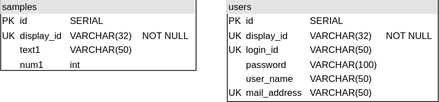
Before: docs/er/er.drawio.svg, a diagram exported from draw.io (ngnmsn/spring-boot-template). Source tidied: cells renumbered, new cells last; positions are measured from the earlier drawing's top-left corner, leaving out a move shared by most shapes.
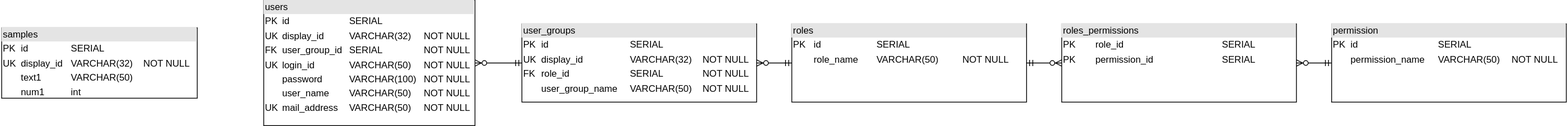
After the commit.

Diff of the diagram source:
```diff
@@ -5,8 +5,32 @@
     <mxCell id="2" value="&lt;div style=&quot;box-sizing:border-box;width:100%;background:#e4e4e4;padding:2px;&quot;&gt;samples&lt;/div&gt;&lt;table style=&quot;width:100%;font-size:1em;&quot; cellpadding=&quot;2&quot; cellspacing=&quot;0&quot;&gt;&lt;tbody&gt;&lt;tr&gt;&lt;td&gt;PK&lt;/td&gt;&lt;td&gt;id&lt;/td&gt;&lt;td&gt;SERIAL&lt;/td&gt;&lt;td&gt;&lt;br&gt;&lt;/td&gt;&lt;/tr&gt;&lt;tr&gt;&lt;td&gt;UK&lt;/td&gt;&lt;td&gt;display_id&lt;/td&gt;&lt;td&gt;VARCHAR(32)&lt;/td&gt;&lt;td&gt;NOT NULL&lt;/td&gt;&lt;/tr&gt;&lt;tr&gt;&lt;td&gt;&lt;/td&gt;&lt;td&gt;text1&lt;/td&gt;&lt;td&gt;VARCHAR(50)&lt;/td&gt;&lt;td&gt;&lt;br&gt;&lt;/td&gt;&lt;/tr&gt;&lt;tr&gt;&lt;td&gt;&lt;/td&gt;&lt;td&gt;num1&lt;/td&gt;&lt;td&gt;int&lt;/td&gt;&lt;td&gt;&lt;br&gt;&lt;/td&gt;&lt;/tr&gt;&lt;/tbody&gt;&lt;/table&gt;" style="verticalAlign=top;align=left;overflow=fill;html=1;whiteSpace=wrap;" parent="1" vertex="1">
       <mxGeometry width="250" height="90" as="geometry" />
     </mxCell>
-    <mxCell id="3" value="&lt;div style=&quot;box-sizing:border-box;width:100%;background:#e4e4e4;padding:2px;&quot;&gt;users&lt;/div&gt;&lt;table style=&quot;width:100%;font-size:1em;&quot; cellpadding=&quot;2&quot; cellspacing=&quot;0&quot;&gt;&lt;tbody&gt;&lt;tr&gt;&lt;td&gt;PK&lt;/td&gt;&lt;td&gt;id&lt;/td&gt;&lt;td&gt;SERIAL&lt;/td&gt;&lt;td&gt;&lt;br&gt;&lt;/td&gt;&lt;/tr&gt;&lt;tr&gt;&lt;td&gt;UK&lt;/td&gt;&lt;td&gt;display_id&lt;/td&gt;&lt;td&gt;VARCHAR(32)&lt;/td&gt;&lt;td&gt;NOT NULL&lt;/td&gt;&lt;/tr&gt;&lt;tr&gt;&lt;td&gt;UK&lt;/td&gt;&lt;td&gt;login_id&lt;/td&gt;&lt;td&gt;VARCHAR(50)&lt;/td&gt;&lt;td&gt;&lt;br&gt;&lt;/td&gt;&lt;/tr&gt;&lt;tr&gt;&lt;td&gt;&lt;/td&gt;&lt;td&gt;password&lt;/td&gt;&lt;td&gt;VARCHAR(100)&lt;br&gt;&lt;/td&gt;&lt;td&gt;&lt;br&gt;&lt;/td&gt;&lt;/tr&gt;&lt;tr&gt;&lt;td&gt;&lt;br&gt;&lt;/td&gt;&lt;td&gt;user_name&lt;/td&gt;&lt;td&gt;VARCHAR(50)&lt;br&gt;&lt;/td&gt;&lt;td&gt;&lt;br&gt;&lt;/td&gt;&lt;/tr&gt;&lt;tr&gt;&lt;td&gt;UK&lt;/td&gt;&lt;td&gt;mail_address&lt;/td&gt;&lt;td&gt;VARCHAR(50)&lt;br&gt;&lt;/td&gt;&lt;td&gt;&lt;br&gt;&lt;/td&gt;&lt;/tr&gt;&lt;/tbody&gt;&lt;/table&gt;" style="verticalAlign=top;align=left;overflow=fill;html=1;whiteSpace=wrap;" parent="1" vertex="1">
-      <mxGeometry x="290" width="270" height="130" as="geometry" />
+    <mxCell id="3" value="&lt;div style=&quot;box-sizing:border-box;width:100%;background:#e4e4e4;padding:2px;&quot;&gt;users&lt;/div&gt;&lt;table style=&quot;width:100%;font-size:1em;&quot; cellpadding=&quot;2&quot; cellspacing=&quot;0&quot;&gt;&lt;tbody&gt;&lt;tr&gt;&lt;td&gt;PK&lt;/td&gt;&lt;td&gt;id&lt;/td&gt;&lt;td&gt;SERIAL&lt;/td&gt;&lt;td&gt;&lt;br&gt;&lt;/td&gt;&lt;/tr&gt;&lt;tr&gt;&lt;td&gt;UK&lt;/td&gt;&lt;td&gt;display_id&lt;/td&gt;&lt;td&gt;VARCHAR(32)&lt;/td&gt;&lt;td&gt;NOT NULL&lt;/td&gt;&lt;/tr&gt;&lt;tr&gt;&lt;td&gt;FK&lt;/td&gt;&lt;td&gt;user_group_id&lt;/td&gt;&lt;td&gt;SERIAL&lt;/td&gt;&lt;td&gt;NOT NULL&lt;br&gt;&lt;/td&gt;&lt;/tr&gt;&lt;tr&gt;&lt;td&gt;UK&lt;/td&gt;&lt;td&gt;login_id&lt;/td&gt;&lt;td&gt;VARCHAR(50)&lt;/td&gt;&lt;td&gt;NOT NULL&lt;br&gt;&lt;/td&gt;&lt;/tr&gt;&lt;tr&gt;&lt;td&gt;&lt;/td&gt;&lt;td&gt;password&lt;/td&gt;&lt;td&gt;VARCHAR(100)&lt;br&gt;&lt;/td&gt;&lt;td&gt;NOT NULL&lt;br&gt;&lt;/td&gt;&lt;/tr&gt;&lt;tr&gt;&lt;td&gt;&lt;br&gt;&lt;/td&gt;&lt;td&gt;user_name&lt;/td&gt;&lt;td&gt;VARCHAR(50)&lt;br&gt;&lt;/td&gt;&lt;td&gt;NOT NULL&lt;br&gt;&lt;/td&gt;&lt;/tr&gt;&lt;tr&gt;&lt;td&gt;UK&lt;/td&gt;&lt;td&gt;mail_address&lt;/td&gt;&lt;td&gt;VARCHAR(50)&lt;br&gt;&lt;/td&gt;&lt;td&gt;NOT NULL&lt;br&gt;&lt;/td&gt;&lt;/tr&gt;&lt;/tbody&gt;&lt;/table&gt;" style="verticalAlign=top;align=left;overflow=fill;html=1;whiteSpace=wrap;" parent="1" vertex="1">
+      <mxGeometry x="335" y="-35" width="270" height="160" as="geometry" />
     </mxCell>
+    <mxCell id="4" value="&lt;div style=&quot;box-sizing:border-box;width:100%;background:#e4e4e4;padding:2px;&quot;&gt;user_groups&lt;/div&gt;&lt;table style=&quot;width:100%;font-size:1em;&quot; cellpadding=&quot;2&quot; cellspacing=&quot;0&quot;&gt;&lt;tbody&gt;&lt;tr&gt;&lt;td&gt;PK&lt;/td&gt;&lt;td&gt;id&lt;/td&gt;&lt;td&gt;SERIAL&lt;/td&gt;&lt;td&gt;&lt;br&gt;&lt;/td&gt;&lt;/tr&gt;&lt;tr&gt;&lt;td&gt;UK&lt;/td&gt;&lt;td&gt;display_id&lt;/td&gt;&lt;td&gt;VARCHAR(32)&lt;/td&gt;&lt;td&gt;NOT NULL&lt;/td&gt;&lt;/tr&gt;&lt;tr&gt;&lt;td&gt;FK&lt;/td&gt;&lt;td&gt;role_id&lt;br&gt;&lt;/td&gt;&lt;td&gt;SERIAL&lt;br&gt;&lt;/td&gt;&lt;td&gt;NOT NULL&lt;br&gt;&lt;/td&gt;&lt;/tr&gt;&lt;tr&gt;&lt;td&gt;&lt;br&gt;&lt;/td&gt;&lt;td&gt;user_group_name&lt;/td&gt;&lt;td&gt;VARCHAR(50)&lt;/td&gt;&lt;td&gt;NOT NULL&lt;br&gt;&lt;/td&gt;&lt;/tr&gt;&lt;/tbody&gt;&lt;/table&gt;" style="verticalAlign=top;align=left;overflow=fill;html=1;whiteSpace=wrap;" parent="1" vertex="1">
+      <mxGeometry x="665" y="-5" width="300" height="100" as="geometry" />
+    </mxCell>
+    <mxCell id="5" value="&lt;div style=&quot;box-sizing:border-box;width:100%;background:#e4e4e4;padding:2px;&quot;&gt;roles&lt;/div&gt;&lt;table style=&quot;width:100%;font-size:1em;&quot; cellpadding=&quot;2&quot; cellspacing=&quot;0&quot;&gt;&lt;tbody&gt;&lt;tr&gt;&lt;td&gt;PK&lt;/td&gt;&lt;td&gt;id&lt;/td&gt;&lt;td&gt;SERIAL&lt;/td&gt;&lt;td&gt;&lt;br&gt;&lt;/td&gt;&lt;/tr&gt;&lt;tr&gt;&lt;td&gt;&lt;br&gt;&lt;/td&gt;&lt;td&gt;role_name&lt;/td&gt;&lt;td&gt;VARCHAR(50)&lt;br&gt;&lt;/td&gt;&lt;td&gt;NOT NULL&lt;/td&gt;&lt;/tr&gt;&lt;/tbody&gt;&lt;/table&gt;" style="verticalAlign=top;align=left;overflow=fill;html=1;whiteSpace=wrap;" parent="1" vertex="1">
+      <mxGeometry x="1010" y="-5" width="300" height="100" as="geometry" />
+    </mxCell>
+    <mxCell id="6" value="&lt;div style=&quot;box-sizing:border-box;width:100%;background:#e4e4e4;padding:2px;&quot;&gt;roles_permissions&lt;/div&gt;&lt;table style=&quot;width:100%;font-size:1em;&quot; cellpadding=&quot;2&quot; cellspacing=&quot;0&quot;&gt;&lt;tbody&gt;&lt;tr&gt;&lt;td&gt;PK&lt;/td&gt;&lt;td&gt;role_id&lt;/td&gt;&lt;td&gt;SERIAL&lt;/td&gt;&lt;/tr&gt;&lt;tr&gt;&lt;td&gt;PK&lt;/td&gt;&lt;td&gt;permission_id&lt;/td&gt;&lt;td&gt;SERIAL&lt;br&gt;&lt;/td&gt;&lt;/tr&gt;&lt;/tbody&gt;&lt;/table&gt;" style="verticalAlign=top;align=left;overflow=fill;html=1;whiteSpace=wrap;" parent="1" vertex="1">
+      <mxGeometry x="1355" y="-5" width="300" height="100" as="geometry" />
+    </mxCell>
+    <mxCell id="7" style="edgeStyle=entityRelationEdgeStyle;fontSize=12;html=1;endArrow=ERzeroToMany;startArrow=ERmandOne;rounded=0;entryX=1;entryY=0.5;entryDx=0;entryDy=0;" parent="1" edge="1" source="4" target="3">
+      <mxGeometry relative="1" as="geometry" />
+    </mxCell>
+    <mxCell id="8" style="edgeStyle=entityRelationEdgeStyle;fontSize=12;html=1;endArrow=ERzeroToMany;startArrow=ERmandOne;rounded=0;exitX=0;exitY=0.5;exitDx=0;exitDy=0;entryX=1;entryY=0.5;entryDx=0;entryDy=0;" parent="1" edge="1" source="5" target="4">
+      <mxGeometry relative="1" as="geometry" />
+    </mxCell>
+    <mxCell id="9" style="edgeStyle=entityRelationEdgeStyle;fontSize=12;html=1;endArrow=ERzeroToMany;startArrow=ERmandOne;rounded=0;entryX=0;entryY=0.5;entryDx=0;entryDy=0;exitX=1;exitY=0.5;exitDx=0;exitDy=0;" parent="1" edge="1" source="5" target="6">
+      <mxGeometry relative="1" as="geometry" />
+    </mxCell>
+    <mxCell id="10" value="&lt;div style=&quot;box-sizing:border-box;width:100%;background:#e4e4e4;padding:2px;&quot;&gt;permission&lt;/div&gt;&lt;table style=&quot;width:100%;font-size:1em;&quot; cellpadding=&quot;2&quot; cellspacing=&quot;0&quot;&gt;&lt;tbody&gt;&lt;tr&gt;&lt;td&gt;PK&lt;/td&gt;&lt;td&gt;id&lt;/td&gt;&lt;td&gt;SERIAL&lt;/td&gt;&lt;td&gt;&lt;br&gt;&lt;/td&gt;&lt;/tr&gt;&lt;tr&gt;&lt;td&gt;&lt;br&gt;&lt;/td&gt;&lt;td&gt;permission_name&lt;/td&gt;&lt;td&gt;VARCHAR(50)&lt;br&gt;&lt;/td&gt;&lt;td&gt;NOT NULL&lt;/td&gt;&lt;/tr&gt;&lt;/tbody&gt;&lt;/table&gt;" style="verticalAlign=top;align=left;overflow=fill;html=1;whiteSpace=wrap;" parent="1" vertex="1">
+      <mxGeometry x="1700" y="-5" width="300" height="100" as="geometry" />
+    </mxCell>
+    <mxCell id="11" style="edgeStyle=entityRelationEdgeStyle;fontSize=12;html=1;endArrow=ERzeroToMany;startArrow=ERmandOne;rounded=0;" parent="1" edge="1" source="10" target="6">
+      <mxGeometry relative="1" as="geometry" />
+    </mxCell>
   </root>
 </mxGraphModel>
```
